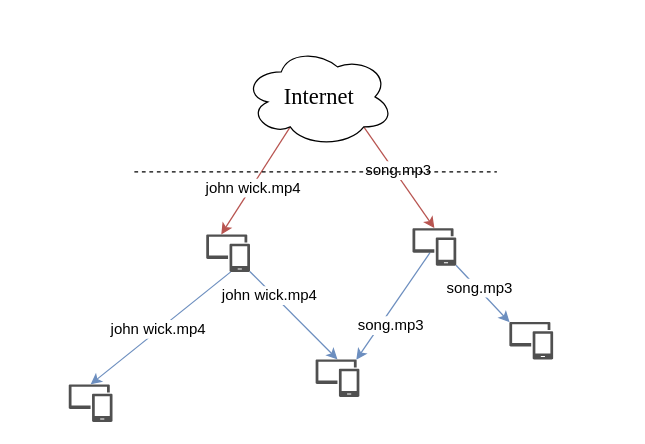
Earlier version of the draw.io diagram page "Page-3" (3 of 3) of network_file.drawio (devxpy/draw.io). Source tidied: cells renumbered, new cells numbered last; positions are measured from the earlier drawing's top-left corner, leaving out a move shared by most shapes. Both pictures are drawn from the tidied source at 125%, with x=0, y=0 at pixel (69, 46).
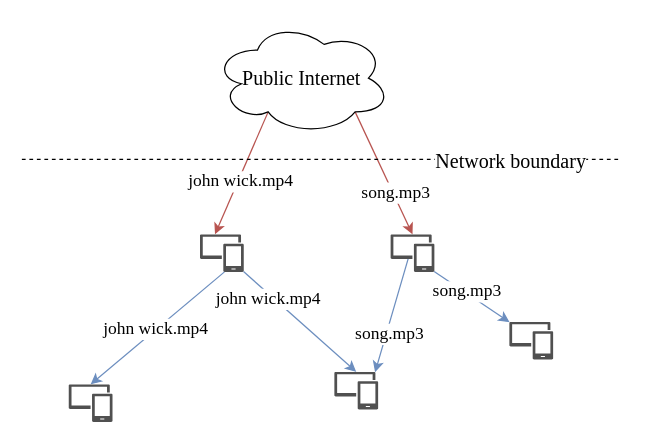
The same page after the edit.

Diff of the diagram source:
```diff
@@
-    <mxCell id="2" style="rounded=0;jettySize=auto;html=1;exitX=0.31;exitY=0.8;exitDx=0;exitDy=0;exitPerimeter=0;entryX=0.343;entryY=0;entryDx=0;entryDy=0;entryPerimeter=0;fillColor=#f8cecc;strokeColor=#b85450;" parent="1" edge="1" source="6" target="11">
+    <mxCell id="2" style="rounded=0;jettySize=auto;html=1;exitX=0.31;exitY=0.8;exitDx=0;exitDy=0;exitPerimeter=0;entryX=0.343;entryY=0;entryDx=0;entryDy=0;entryPerimeter=0;fillColor=#f8cecc;strokeColor=#b85450;fontFamily=Times New Roman;fontSize=16;" parent="1" edge="1" source="6" target="11">
       <mxGeometry relative="1" as="geometry" />
     </mxCell>
-    <mxCell id="3" value="john wick.mp4" style="text;html=1;align=center;verticalAlign=middle;labelBackgroundColor=#ffffff;" parent="2" vertex="1">
+    <mxCell id="3" value="john wick.mp4" style="text;html=1;align=center;verticalAlign=middle;labelBackgroundColor=#ffffff;fontFamily=Times New Roman;fontSize=14;" parent="2" vertex="1">
       <mxGeometry x="0.12" y="1" relative="1" as="geometry" />
     </mxCell>
-    <mxCell id="4" style="rounded=0;jettySize=auto;html=1;exitX=0.8;exitY=0.8;exitDx=0;exitDy=0;exitPerimeter=0;entryX=0.5;entryY=0;entryDx=0;entryDy=0;entryPerimeter=0;fillColor=#f8cecc;strokeColor=#b85450;" parent="1" edge="1" source="6" target="16">
+    <mxCell id="4" style="rounded=0;jettySize=auto;html=1;exitX=0.8;exitY=0.8;exitDx=0;exitDy=0;exitPerimeter=0;entryX=0.5;entryY=0;entryDx=0;entryDy=0;entryPerimeter=0;fillColor=#f8cecc;strokeColor=#b85450;fontFamily=Times New Roman;fontSize=16;" parent="1" edge="1" source="6" target="16">
       <mxGeometry relative="1" as="geometry" />
     </mxCell>
-    <mxCell id="5" value="song.mp3" style="text;html=1;align=center;verticalAlign=middle;labelBackgroundColor=#ffffff;" parent="4" vertex="1">
-      <mxGeometry x="-0.1" y="2" relative="1" as="geometry" />
+    <mxCell id="5" value="song.mp3" style="text;html=1;align=center;verticalAlign=middle;labelBackgroundColor=#ffffff;fontFamily=Times New Roman;fontSize=14;" parent="4" vertex="1">
+      <mxGeometry x="-0.1" y="2" relative="1" as="geometry">
+        <mxPoint x="9.5" y="21" as="offset" />
+      </mxGeometry>
     </mxCell>
-    <mxCell id="6" value="&lt;font face=&quot;Times New Roman&quot; style=&quot;font-size: 18px&quot;&gt;Internet&lt;/font&gt;" style="ellipse;shape=cloud;whiteSpace=wrap;html=1;" parent="1" vertex="1">
-      <mxGeometry x="139.5" width="120" height="80" as="geometry" />
+    <mxCell id="6" value="&lt;font style=&quot;font-size: 16px&quot;&gt;Public Internet&lt;/font&gt;" style="ellipse;shape=cloud;whiteSpace=wrap;html=1;fontFamily=Times New Roman;fontSize=16;" parent="1" vertex="1">
+      <mxGeometry x="115" y="-20" width="142" height="90" as="geometry" />
     </mxCell>
-    <mxCell id="7" style="rounded=0;jettySize=auto;html=1;exitX=0.56;exitY=1;exitDx=0;exitDy=0;exitPerimeter=0;entryX=0.5;entryY=0;entryDx=0;entryDy=0;entryPerimeter=0;fillColor=#dae8fc;strokeColor=#6c8ebf;" parent="1" edge="1" source="11" target="17">
+    <mxCell id="7" style="rounded=0;jettySize=auto;html=1;exitX=0.56;exitY=1;exitDx=0;exitDy=0;exitPerimeter=0;entryX=0.5;entryY=0;entryDx=0;entryDy=0;entryPerimeter=0;fillColor=#dae8fc;strokeColor=#6c8ebf;fontFamily=Times New Roman;fontSize=16;" parent="1" edge="1" source="11" target="17">
       <mxGeometry relative="1" as="geometry" />
     </mxCell>
-    <mxCell id="8" value="john wick.mp4" style="text;html=1;align=center;verticalAlign=middle;labelBackgroundColor=#ffffff;" parent="7" vertex="1">
+    <mxCell id="8" value="john wick.mp4" style="text;html=1;align=center;verticalAlign=middle;labelBackgroundColor=#ffffff;fontFamily=Times New Roman;fontSize=14;" parent="7" vertex="1">
       <mxGeometry x="0.03" y="-1" relative="1" as="geometry" />
     </mxCell>
-    <mxCell id="9" style="rounded=0;jettySize=auto;html=1;exitX=0.995;exitY=0.99;exitDx=0;exitDy=0;exitPerimeter=0;entryX=0.5;entryY=0;entryDx=0;entryDy=0;entryPerimeter=0;fillColor=#dae8fc;strokeColor=#6c8ebf;" parent="1" edge="1" source="11" target="18">
+    <mxCell id="9" style="rounded=0;jettySize=auto;html=1;exitX=0.995;exitY=0.99;exitDx=0;exitDy=0;exitPerimeter=0;entryX=0.5;entryY=0;entryDx=0;entryDy=0;entryPerimeter=0;fillColor=#dae8fc;strokeColor=#6c8ebf;fontFamily=Times New Roman;fontSize=16;" parent="1" edge="1" source="11" target="18">
       <mxGeometry relative="1" as="geometry" />
     </mxCell>
-    <mxCell id="10" value="john wick.mp4" style="text;html=1;align=center;verticalAlign=middle;labelBackgroundColor=#ffffff;" parent="9" vertex="1">
+    <mxCell id="10" value="john wick.mp4" style="text;html=1;align=center;verticalAlign=middle;labelBackgroundColor=#ffffff;fontFamily=Times New Roman;fontSize=14;" parent="9" vertex="1">
       <mxGeometry x="-0.52" y="-3" relative="1" as="geometry" />
     </mxCell>
-    <mxCell id="11" style="shadow=0;dashed=0;html=1;strokeColor=none;labelPosition=center;verticalLabelPosition=bottom;verticalAlign=top;align=center;fillColor=#505050;shape=mxgraph.mscae.intune.device_group;" parent="1" vertex="1">
-      <mxGeometry x="109.5" y="150" width="35" height="30" as="geometry" />
+    <mxCell id="11" style="shadow=0;dashed=0;html=1;strokeColor=none;labelPosition=center;verticalLabelPosition=bottom;verticalAlign=top;align=center;fillColor=#505050;shape=mxgraph.mscae.intune.device_group;fontFamily=Times New Roman;fontSize=16;" parent="1" vertex="1">
+      <mxGeometry x="104.5" y="150" width="35" height="30" as="geometry" />
     </mxCell>
-    <mxCell id="12" style="rounded=0;jettySize=auto;html=1;exitX=0.995;exitY=0.99;exitDx=0;exitDy=0;exitPerimeter=0;entryX=0.005;entryY=0.01;entryDx=0;entryDy=0;entryPerimeter=0;fillColor=#dae8fc;strokeColor=#6c8ebf;" parent="1" edge="1" source="16" target="19">
+    <mxCell id="12" style="rounded=0;jettySize=auto;html=1;exitX=0.995;exitY=0.99;exitDx=0;exitDy=0;exitPerimeter=0;entryX=0.005;entryY=0.01;entryDx=0;entryDy=0;entryPerimeter=0;fillColor=#dae8fc;strokeColor=#6c8ebf;fontFamily=Times New Roman;fontSize=16;" parent="1" edge="1" source="16" target="19">
       <mxGeometry relative="1" as="geometry" />
     </mxCell>
-    <mxCell id="13" value="song.mp3" style="text;html=1;align=center;verticalAlign=middle;labelBackgroundColor=#ffffff;" parent="12" vertex="1">
+    <mxCell id="13" value="song.mp3" style="text;html=1;align=center;verticalAlign=middle;labelBackgroundColor=#ffffff;fontFamily=Times New Roman;fontSize=14;" parent="12" vertex="1">
       <mxGeometry x="-0.17" y="1" relative="1" as="geometry" />
     </mxCell>
-    <mxCell id="14" style="rounded=0;jettySize=auto;html=1;exitX=0.4;exitY=0.655;exitDx=0;exitDy=0;exitPerimeter=0;entryX=0.93;entryY=0.01;entryDx=0;entryDy=0;entryPerimeter=0;fillColor=#dae8fc;strokeColor=#6c8ebf;" parent="1" edge="1" source="16" target="18">
+    <mxCell id="14" style="rounded=0;jettySize=auto;html=1;exitX=0.4;exitY=0.655;exitDx=0;exitDy=0;exitPerimeter=0;entryX=0.93;entryY=0.01;entryDx=0;entryDy=0;entryPerimeter=0;fillColor=#dae8fc;strokeColor=#6c8ebf;fontFamily=Times New Roman;fontSize=16;" parent="1" edge="1" source="16" target="18">
       <mxGeometry relative="1" as="geometry" />
     </mxCell>
-    <mxCell id="15" value="song.mp3" style="text;html=1;align=center;verticalAlign=middle;labelBackgroundColor=#ffffff;" parent="14" vertex="1">
+    <mxCell id="15" value="song.mp3" style="text;html=1;align=center;verticalAlign=middle;labelBackgroundColor=#ffffff;fontFamily=Times New Roman;fontSize=14;" parent="14" vertex="1">
       <mxGeometry x="0.02" y="1" relative="1" as="geometry">
         <mxPoint x="-3" y="13.5" as="offset" />
       </mxGeometry>
     </mxCell>
-    <mxCell id="16" style="shadow=0;dashed=0;html=1;strokeColor=none;labelPosition=center;verticalLabelPosition=bottom;verticalAlign=top;align=center;fillColor=#505050;shape=mxgraph.mscae.intune.device_group;" parent="1" vertex="1">
-      <mxGeometry x="274.5" y="145" width="35" height="30" as="geometry" />
+    <mxCell id="16" style="shadow=0;dashed=0;html=1;strokeColor=none;labelPosition=center;verticalLabelPosition=bottom;verticalAlign=top;align=center;fillColor=#505050;shape=mxgraph.mscae.intune.device_group;fontFamily=Times New Roman;fontSize=16;" parent="1" vertex="1">
+      <mxGeometry x="257" y="150" width="35" height="30" as="geometry" />
     </mxCell>
-    <mxCell id="17" style="shadow=0;dashed=0;html=1;strokeColor=none;labelPosition=center;verticalLabelPosition=bottom;verticalAlign=top;align=center;fillColor=#505050;shape=mxgraph.mscae.intune.device_group;" parent="1" vertex="1">
+    <mxCell id="17" style="shadow=0;dashed=0;html=1;strokeColor=none;labelPosition=center;verticalLabelPosition=bottom;verticalAlign=top;align=center;fillColor=#505050;shape=mxgraph.mscae.intune.device_group;fontFamily=Times New Roman;fontSize=16;" parent="1" vertex="1">
       <mxGeometry x="-0.5" y="270" width="35" height="30" as="geometry" />
     </mxCell>
-    <mxCell id="18" style="shadow=0;dashed=0;html=1;strokeColor=none;labelPosition=center;verticalLabelPosition=bottom;verticalAlign=top;align=center;fillColor=#505050;shape=mxgraph.mscae.intune.device_group;" parent="1" vertex="1">
-      <mxGeometry x="197" y="250" width="35" height="30" as="geometry" />
+    <mxCell id="18" style="shadow=0;dashed=0;html=1;strokeColor=none;labelPosition=center;verticalLabelPosition=bottom;verticalAlign=top;align=center;fillColor=#505050;shape=mxgraph.mscae.intune.device_group;fontFamily=Times New Roman;fontSize=16;" parent="1" vertex="1">
+      <mxGeometry x="212" y="260" width="35" height="30" as="geometry" />
     </mxCell>
-    <mxCell id="19" style="shadow=0;dashed=0;html=1;strokeColor=none;labelPosition=center;verticalLabelPosition=bottom;verticalAlign=top;align=center;fillColor=#505050;shape=mxgraph.mscae.intune.device_group;" parent="1" vertex="1">
+    <mxCell id="19" style="shadow=0;dashed=0;html=1;strokeColor=none;labelPosition=center;verticalLabelPosition=bottom;verticalAlign=top;align=center;fillColor=#505050;shape=mxgraph.mscae.intune.device_group;fontFamily=Times New Roman;fontSize=16;" parent="1" vertex="1">
       <mxGeometry x="352" y="220" width="35" height="30" as="geometry" />
     </mxCell>
-    <mxCell id="20" style="endArrow=none;dashed=1;html=1;" parent="1" edge="1">
+    <mxCell id="20" style="endArrow=none;dashed=1;html=1;fontFamily=Times New Roman;fontSize=16;" parent="1" edge="1">
       <mxGeometry relative="1" as="geometry">
-        <mxPoint x="52" y="100" as="sourcePoint" />
-        <mxPoint x="342" y="100" as="targetPoint" />
+        <mxPoint x="-38" y="90" as="sourcePoint" />
+        <mxPoint x="442" y="90" as="targetPoint" />
       </mxGeometry>
     </mxCell>
+    <mxCell id="21" value="Network boundary" style="text;html=1;align=center;verticalAlign=middle;labelBackgroundColor=#ffffff;fontFamily=Times New Roman;fontSize=16;" parent="20" vertex="1">
+      <mxGeometry x="0.72" y="2" relative="1" as="geometry">
+        <mxPoint x="-23" y="2" as="offset" />
+      </mxGeometry>
+    </mxCell>
```
